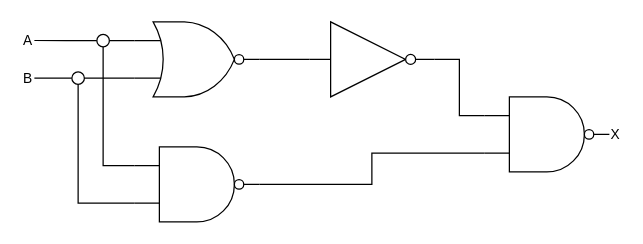
Before: 1A5/Lab/Lab2_1_1.drawio in JoseForest-CLJ/Draw.io-files, a draw.io diagram. Source tidied: cells renumbered, new cells numbered last; positions are measured from the earlier drawing's top-left corner, leaving out a move shared by most shapes. Both pictures are drawn from the tidied source at 125%, with x=0, y=0 at pixel (21, 21).
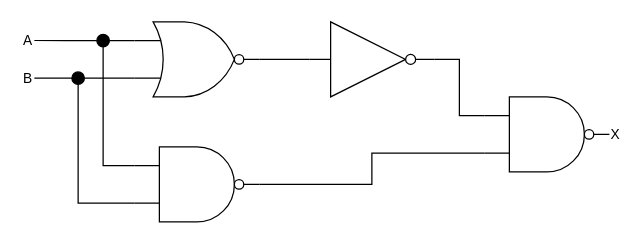
The same page after the edit.

Commit message:
Mettre à jour Lab2_1_1.drawio

The edit, as a diff of the source:
```diff
@@
-    <mxCell id="11" style="verticalLabelPosition=bottom;shadow=0;dashed=0;align=center;html=1;verticalAlign=top;strokeWidth=1;shape=ellipse;perimeter=ellipsePerimeter;fontFamily=Helvetica;fontSize=11;fontColor=default;labelBackgroundColor=default;fillColor=light-dark(#FFFFFF,#FFFFFF);fillStyle=solid;" parent="1" vertex="1">
+    <mxCell id="11" style="verticalLabelPosition=bottom;shadow=0;dashed=0;align=center;html=1;verticalAlign=top;strokeWidth=1;shape=ellipse;perimeter=ellipsePerimeter;fontFamily=Helvetica;fontSize=11;fontColor=default;labelBackgroundColor=default;fillColor=light-dark(#000000,#FFFFFF);fillStyle=solid;strokeColor=light-dark(#000000,#FFFFFF);" parent="1" vertex="1">
       <mxGeometry x="40" y="40" width="10" height="10" as="geometry" />
     </mxCell>
@@
-    <mxCell id="13" style="verticalLabelPosition=bottom;shadow=0;dashed=0;align=center;html=1;verticalAlign=top;strokeWidth=1;shape=ellipse;perimeter=ellipsePerimeter;fontFamily=Helvetica;fontSize=11;fontColor=default;labelBackgroundColor=default;fillColor=light-dark(#FFFFFF,#FFFFFF);fillStyle=solid;" parent="1" vertex="1">
+    <mxCell id="13" style="verticalLabelPosition=bottom;shadow=0;dashed=0;align=center;html=1;verticalAlign=top;strokeWidth=1;shape=ellipse;perimeter=ellipsePerimeter;fontFamily=Helvetica;fontSize=11;fontColor=default;labelBackgroundColor=default;fillColor=light-dark(#000000,#FFFFFF);fillStyle=solid;strokeColor=light-dark(#000000,#FFFFFF);" parent="1" vertex="1">
       <mxGeometry x="60" y="10" width="10" height="10" as="geometry" />
     </mxCell>
```
